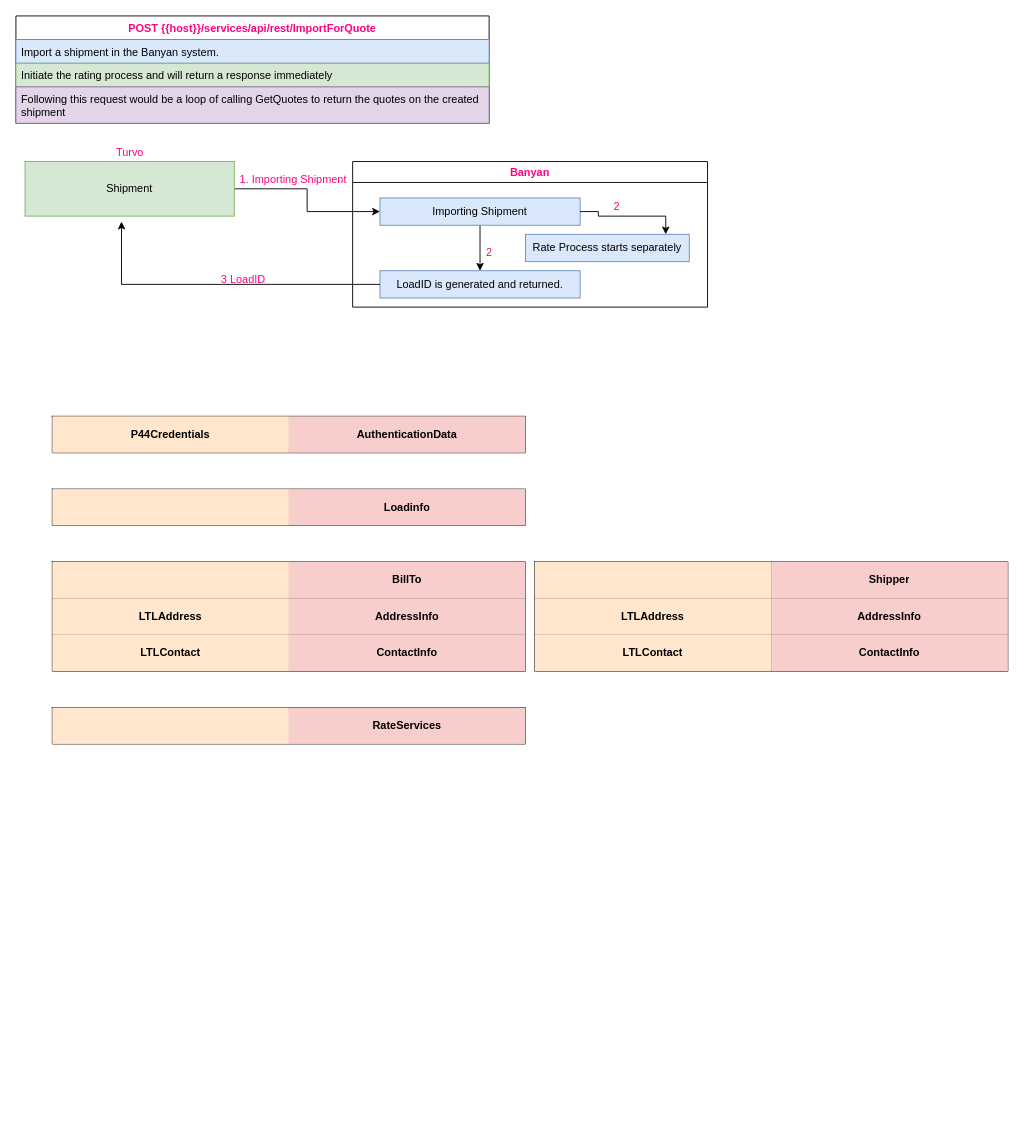
This is page "01. /services/api/rest/ImportForQuote" (1 of 3) of Rating.drawio from jatinbansalprogrammer/Banyan, a draw.io file, before an edit. Source tidied: cells renumbered, new cells numbered last; positions are measured from the earlier drawing's top-left corner, leaving out a move shared by most shapes. Both pictures are drawn from the tidied source at 91%, with x=0, y=0 at pixel (15, 15).
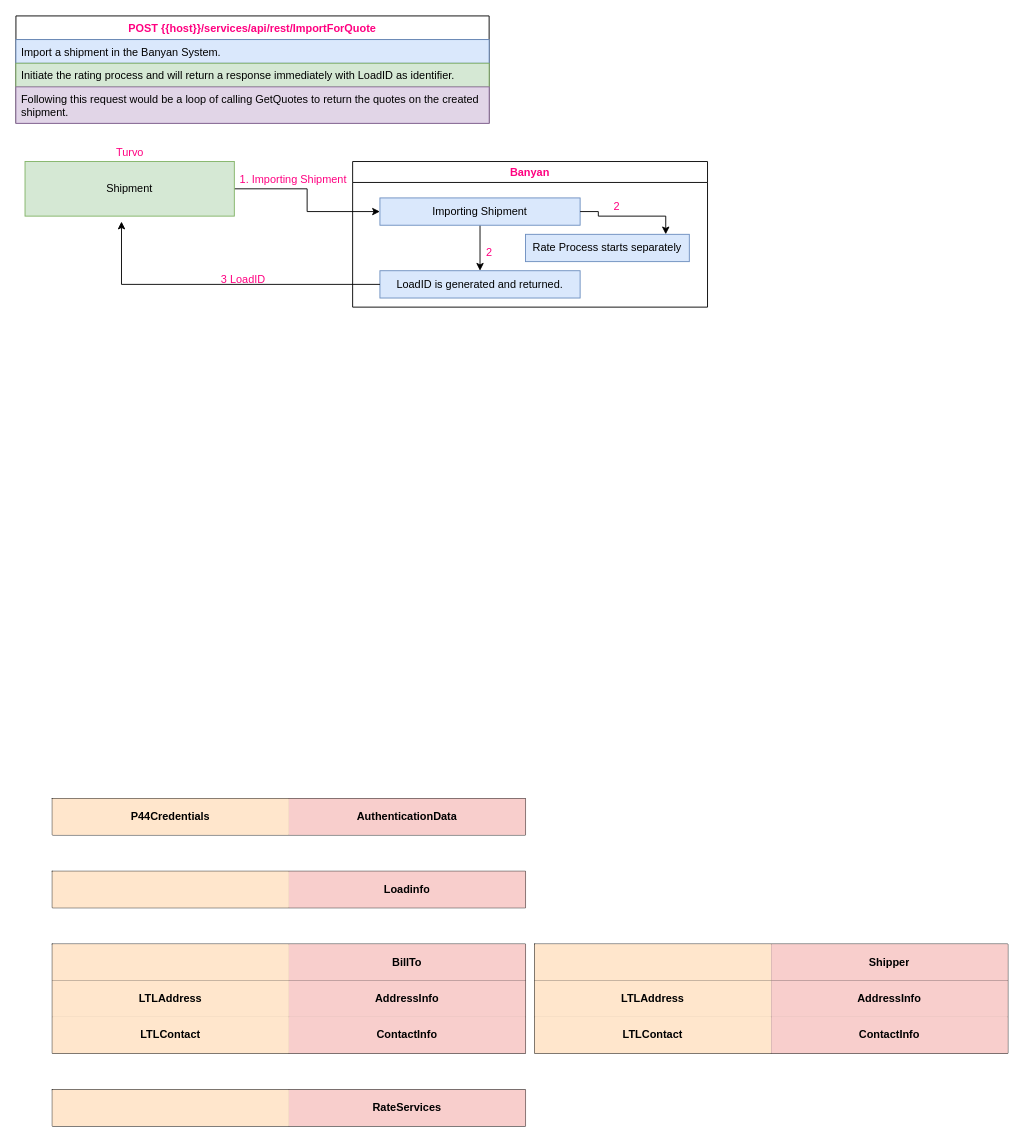
Above is the later version.

Unchanged cells that the change refers to:
```xml
<mxCell id="2" value="POST {{host}}/services/api/rest/ImportForQuote" style="swimlane;fontStyle=1;horizontal=1;startSize=26;fontColor=#FF0080;" parent="1" vertex="1">
  <mxGeometry width="520" height="118" as="geometry" />
</mxCell>
```

What changed in the source:
```diff
@@
-    <mxCell id="3" value="Import a shipment in the Banyan system." style="text;strokeColor=#6c8ebf;fillColor=#dae8fc;align=left;verticalAlign=top;spacingLeft=4;spacingRight=4;overflow=hidden;" parent="2" vertex="1">
+    <mxCell id="3" value="Import a shipment in the Banyan System." style="text;strokeColor=#6c8ebf;fillColor=#dae8fc;align=left;verticalAlign=top;spacingLeft=4;spacingRight=4;overflow=hidden;" parent="2" vertex="1">
       <mxGeometry y="26" width="520" height="26" as="geometry" />
     </mxCell>
-    <mxCell id="4" value="Initiate the rating process and will return a response immediately" style="text;strokeColor=#82b366;fillColor=#d5e8d4;align=left;verticalAlign=top;spacingLeft=4;spacingRight=4;overflow=hidden;" parent="2" vertex="1">
+    <mxCell id="4" value="Initiate the rating process and will return a response immediately with LoadID as identifier." style="text;strokeColor=#82b366;fillColor=#d5e8d4;align=left;verticalAlign=top;spacingLeft=4;spacingRight=4;overflow=hidden;" parent="2" vertex="1">
       <mxGeometry y="52" width="520" height="26" as="geometry" />
     </mxCell>
-    <mxCell id="5" value="Following this request would be a loop of calling GetQuotes to return the quotes on the created shipment" style="text;strokeColor=#9673a6;fillColor=#e1d5e7;align=left;verticalAlign=top;spacingLeft=4;spacingRight=4;overflow=hidden;whiteSpace=wrap;" parent="2" vertex="1">
+    <mxCell id="5" value="Following this request would be a loop of calling GetQuotes to return the quotes on the created shipment." style="text;strokeColor=#9673a6;fillColor=#e1d5e7;align=left;verticalAlign=top;spacingLeft=4;spacingRight=4;overflow=hidden;whiteSpace=wrap;" parent="2" vertex="1">
       <mxGeometry y="78" width="520" height="40" as="geometry" />
     </mxCell>
@@
     <mxCell id="19" style="shape=table;startSize=0;childLayout=tableLayout;" parent="1" vertex="1">
-      <mxGeometry x="40" y="440" width="520" height="40" as="geometry" />
+      <mxGeometry x="40" y="860" width="520" height="40" as="geometry" />
     </mxCell>
@@
     <mxCell id="23" style="shape=table;startSize=0;childLayout=tableLayout;" parent="1" vertex="1">
-      <mxGeometry x="40" y="520" width="520" height="40" as="geometry" />
+      <mxGeometry x="40" y="940" width="520" height="40" as="geometry" />
     </mxCell>
@@
     <mxCell id="27" style="shape=table;startSize=0;childLayout=tableLayout;" parent="1" vertex="1">
-      <mxGeometry x="40" y="600" width="520" height="120" as="geometry" />
+      <mxGeometry x="40" y="1020" width="520" height="120" as="geometry" />
     </mxCell>
@@
     <mxCell id="37" style="shape=table;startSize=0;childLayout=tableLayout;" parent="1" vertex="1">
-      <mxGeometry x="40" y="760" width="520" height="40" as="geometry" />
+      <mxGeometry x="40" y="1180" width="520" height="40" as="geometry" />
     </mxCell>
@@
     <mxCell id="41" style="shape=table;startSize=0;childLayout=tableLayout;" parent="1" vertex="1">
-      <mxGeometry x="570" y="600" width="520" height="120" as="geometry" />
+      <mxGeometry x="570" y="1020" width="520" height="120" as="geometry" />
     </mxCell>
```
